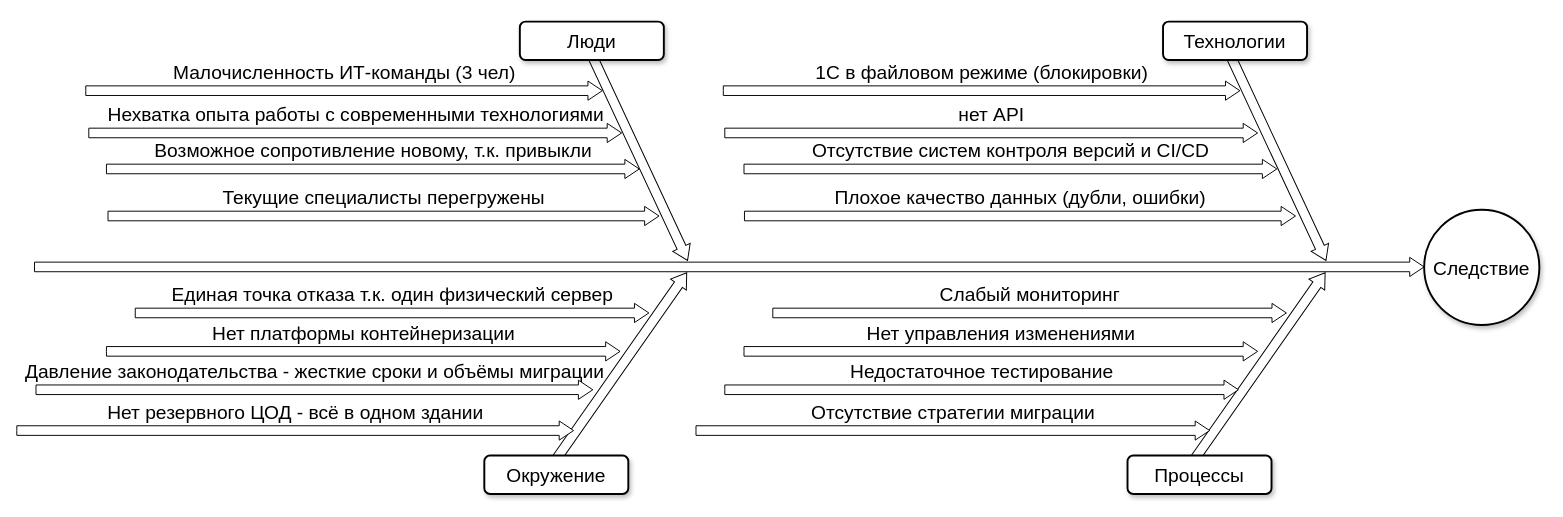
This is Task4/isikawa.drawio from yatolix/architecture-medikamente, a draw.io file, before an edit. Source tidied: cells renumbered, new cells numbered last; positions are measured from the earlier drawing's top-left corner, leaving out a move shared by most shapes. Both pictures are drawn from the tidied source at 96%, with x=0, y=0 at pixel (285, -428).
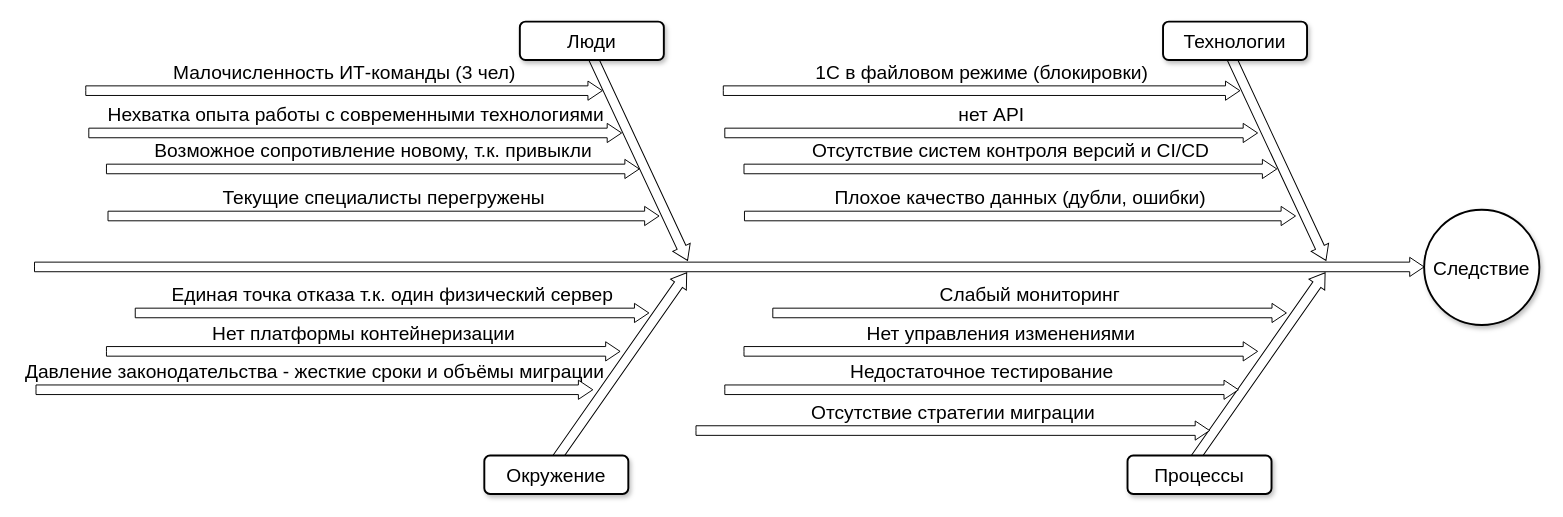
The same diagram, later.

Commit message (it also covers changes not shown here):
Added report to Task4 and removed one item from isikawa diagram because it was kind of duplication there

The edit, as a diff of the source:
```diff
@@
-    <mxCell id="23" value="Нет резервного ЦОД - всё в одном здании" style="html=1;shadow=0;dashed=0;align=center;verticalAlign=middle;shape=mxgraph.arrows2.arrow;dy=0.5;dx=15;direction=north;notch=0;rounded=0;strokeWidth=1;fontSize=20;rotation=90;horizontal=0;labelPosition=left;verticalLabelPosition=middle;" parent="1" vertex="1">
-      <mxGeometry y="604" width="20" height="580" as="geometry" />
-    </mxCell>
```
